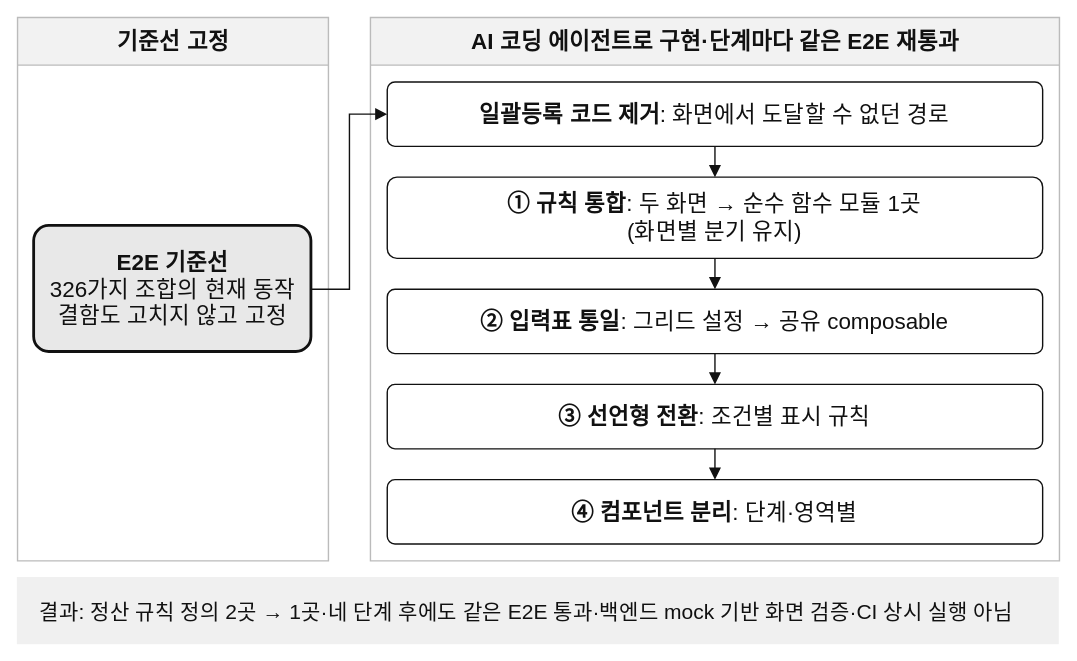
This is public/diagrams/e2e-regression-baseline.drawio.svg from reasonjun/portfolio, a draw.io export, as it was before one commit. Source tidied: cells renumbered, new cells last; positions are measured from the earlier drawing's top-left corner, leaving out a move shared by most shapes.
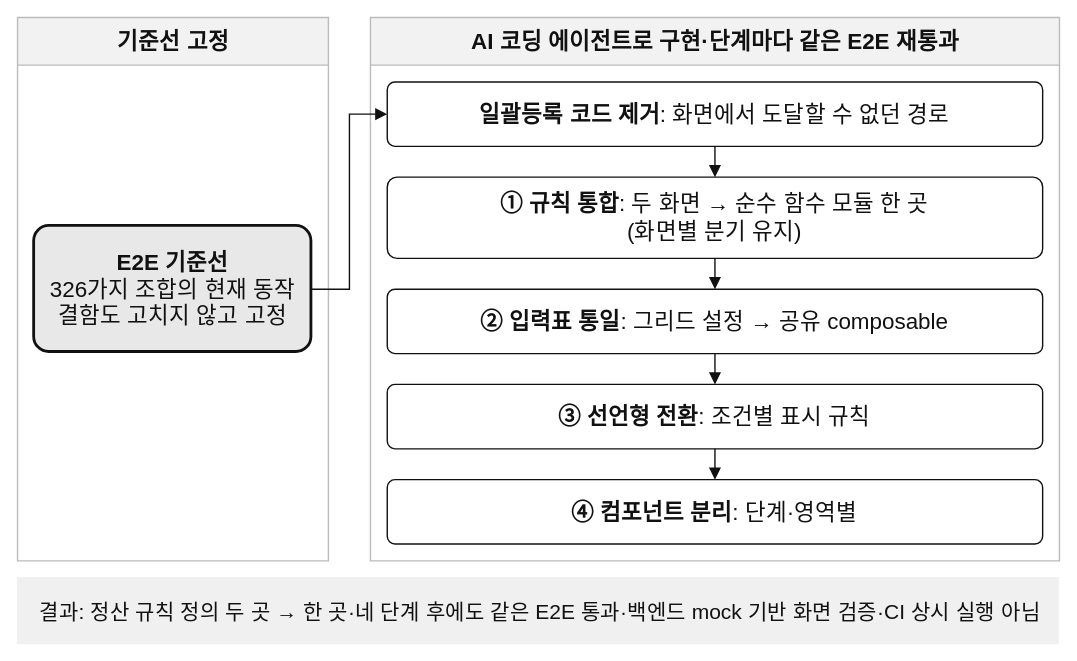
Above is the later version.

What changed in the source:
```diff
@@ -14,7 +14,7 @@
     <mxCell id="5" value="&lt;b&gt;일괄등록 코드 제거&lt;/b&gt;: 화면에서 도달할 수 없던 경로" style="rounded=1;whiteSpace=wrap;html=1;fontSize=16;fontColor=#111111;strokeColor=#111111;fillColor=#FFFFFF;arcSize=12;" parent="1" vertex="1">
       <mxGeometry x="264" y="46" width="468" height="46" as="geometry" />
     </mxCell>
-    <mxCell id="6" value="&lt;b&gt;① 규칙 통합&lt;/b&gt;: 두 화면 → 순수 함수 모듈 1곳&lt;br&gt;(화면별 분기 유지)" style="rounded=1;whiteSpace=wrap;html=1;fontSize=16;fontColor=#111111;strokeColor=#111111;fillColor=#FFFFFF;arcSize=12;" parent="1" vertex="1">
+    <mxCell id="6" value="&lt;b&gt;① 규칙 통합&lt;/b&gt;: 두 화면 → 순수 함수 모듈 한 곳&lt;br&gt;(화면별 분기 유지)" style="rounded=1;whiteSpace=wrap;html=1;fontSize=16;fontColor=#111111;strokeColor=#111111;fillColor=#FFFFFF;arcSize=12;" parent="1" vertex="1">
       <mxGeometry x="264" y="114" width="468" height="58" as="geometry" />
     </mxCell>
     <mxCell id="7" value="&lt;b&gt;② 입력표 통일&lt;/b&gt;: 그리드 설정 → 공유 composable" style="rounded=1;whiteSpace=wrap;html=1;fontSize=16;fontColor=#111111;strokeColor=#111111;fillColor=#FFFFFF;arcSize=12;" parent="1" vertex="1">
@@ -41,7 +41,7 @@
     <mxCell id="14" style="endArrow=block;endFill=1;html=1;strokeColor=#111111;edgeStyle=orthogonalEdgeStyle;rounded=0;exitX=0.5;exitY=1;entryX=0.5;entryY=0;" parent="1" edge="1" source="8" target="9">
       <mxGeometry relative="1" as="geometry" />
     </mxCell>
-    <mxCell id="15" value="결과: 정산 규칙 정의 2곳 → 1곳·네 단계 후에도 같은 E2E 통과·백엔드 mock 기반 화면 검증·CI 상시 실행 아님" style="rounded=0;whiteSpace=wrap;html=1;fontSize=15;fontColor=#111111;strokeColor=none;fillColor=#F0F0F0;align=left;spacingLeft=14;" parent="1" vertex="1">
+    <mxCell id="15" value="결과: 정산 규칙 정의 두 곳 → 한 곳·네 단계 후에도 같은 E2E 통과·백엔드 mock 기반 화면 검증·CI 상시 실행 아님" style="rounded=0;whiteSpace=wrap;html=1;fontSize=15;fontColor=#111111;strokeColor=none;fillColor=#F0F0F0;align=left;spacingLeft=14;" parent="1" vertex="1">
       <mxGeometry y="400" width="744" height="48" as="geometry" />
     </mxCell>
   </root>
```
